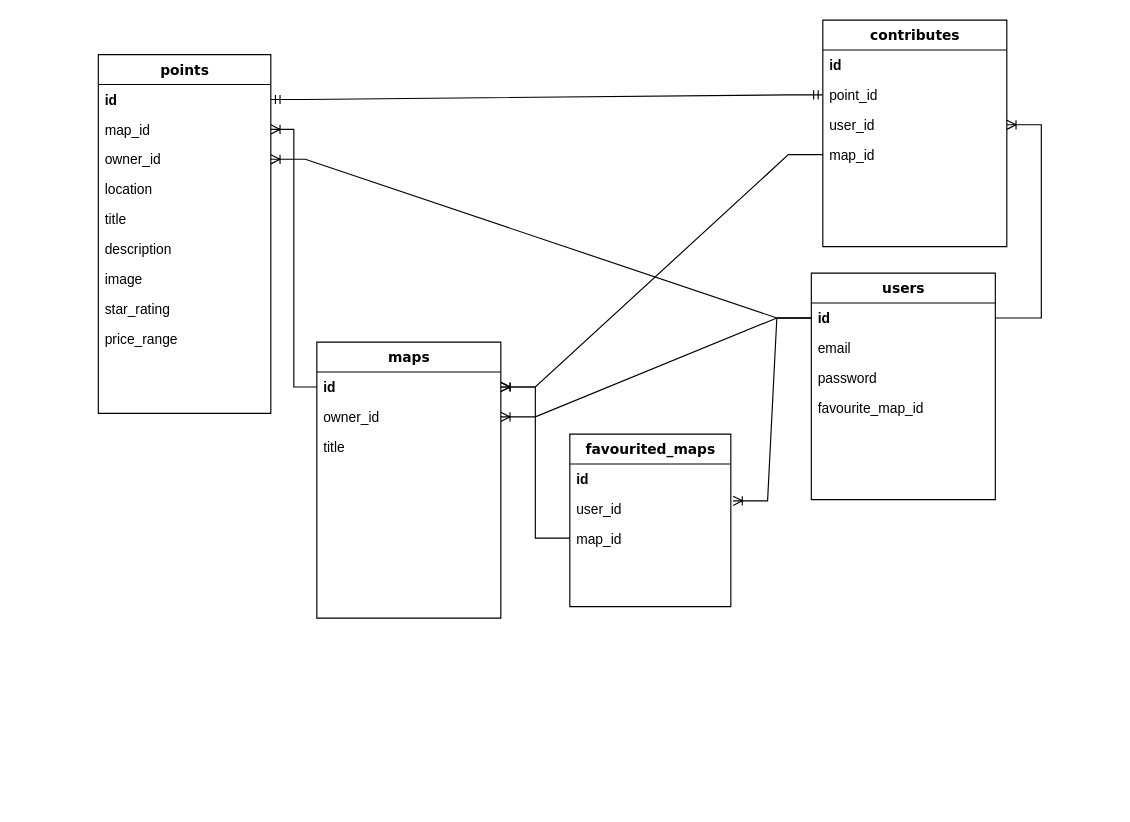
Earlier version of the draw.io diagram planning/ERD.drawio (Ruanruanx/wikiMap). Source tidied: cells renumbered, new cells numbered last; positions are measured from the earlier drawing's top-left corner, leaving out a move shared by most shapes. Both pictures are drawn from the tidied source at 115%, with x=0, y=0 at pixel (98, 20).
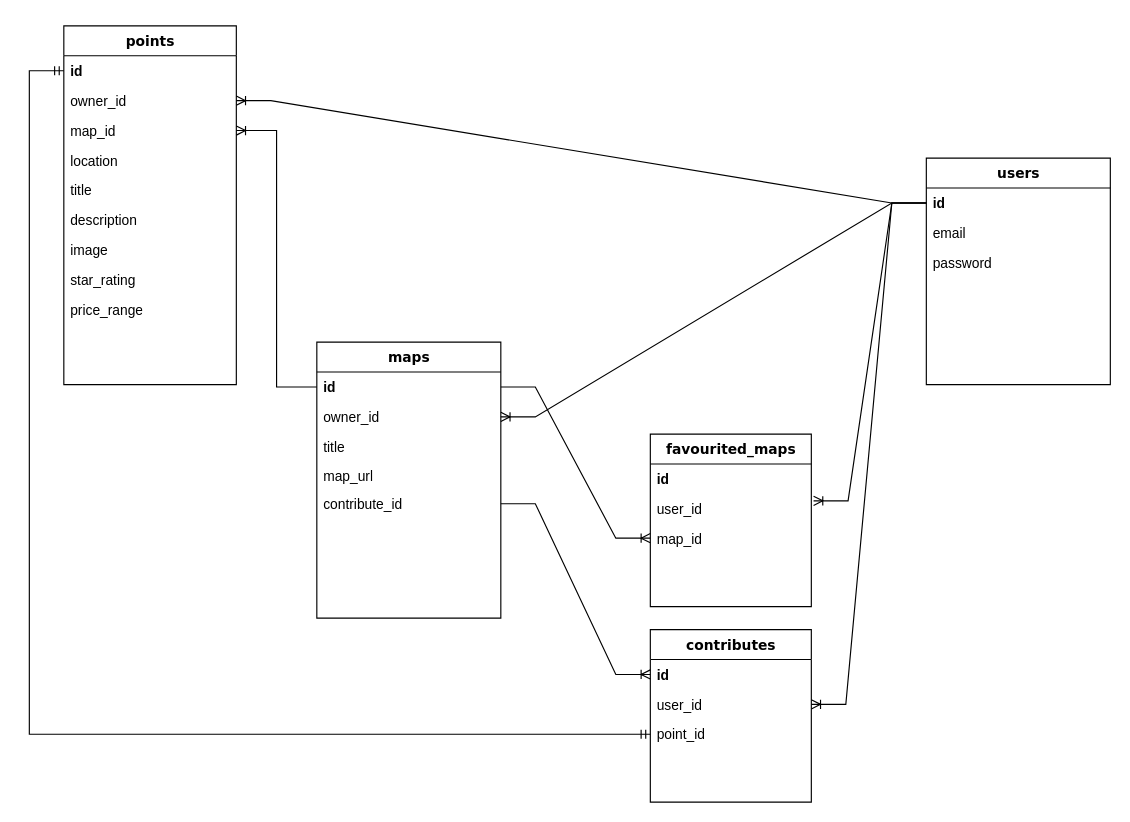
The same page after the edit.

Unchanged cells that the change refers to:
```xml
<mxCell id="2" value="maps" style="swimlane;html=1;fontStyle=1;align=center;verticalAlign=top;horizontal=1;startSize=26;swimlaneFillColor=#ffffff;rounded=0;shadow=0;comic=0;labelBackgroundColor=none;strokeWidth=1;fillColor=none;fontFamily=Verdana;fontSize=12;" parent="1" vertex="1">
  <mxGeometry x="190" y="280" width="160" height="240" as="geometry" />
</mxCell>
<mxCell id="3" value="&lt;b&gt;id&lt;/b&gt;" style="text;html=1;strokeColor=none;fillColor=none;align=left;verticalAlign=top;spacingLeft=4;spacingRight=4;whiteSpace=wrap;overflow=hidden;points=[[0,0.5],[1,0.5]];portConstraint=eastwest;" parent="2" vertex="1">
  <mxGeometry y="26" width="160" height="26" as="geometry" />
</mxCell>
<mxCell id="7" value="&lt;b&gt;id&lt;/b&gt;" style="text;html=1;strokeColor=none;fillColor=none;align=left;verticalAlign=top;spacingLeft=4;spacingRight=4;whiteSpace=wrap;overflow=hidden;points=[[0,0.5],[1,0.5]];portConstraint=eastwest;" parent="6" vertex="1">
  <mxGeometry y="26" width="160" height="26" as="geometry" />
</mxCell>
<mxCell id="13" value="id" style="text;html=1;strokeColor=none;fillColor=none;align=left;verticalAlign=top;spacingLeft=4;spacingRight=4;whiteSpace=wrap;overflow=hidden;points=[[0,0.5],[1,0.5]];portConstraint=eastwest;fontStyle=1;" parent="12" vertex="1">
  <mxGeometry y="26" width="150" height="26" as="geometry" />
</mxCell>
<mxCell id="35" value="map_id" style="text;html=1;strokeColor=none;fillColor=none;align=left;verticalAlign=top;spacingLeft=4;spacingRight=4;whiteSpace=wrap;overflow=hidden;points=[[0,0.5],[1,0.5]];portConstraint=eastwest;" parent="32" vertex="1">
  <mxGeometry y="78" width="140" height="25" as="geometry" />
</mxCell>
```

What changed in the source:
```diff
@@
+    <mxCell id="38" value="map_url" style="text;html=1;strokeColor=none;fillColor=none;align=left;verticalAlign=top;spacingLeft=4;spacingRight=4;whiteSpace=wrap;overflow=hidden;" parent="2" vertex="1">
+      <mxGeometry y="103" width="160" height="25" as="geometry" />
+    </mxCell>
+    <mxCell id="39" value="contribute_id" style="text;html=1;strokeColor=none;fillColor=none;align=left;verticalAlign=top;spacingLeft=4;spacingRight=4;whiteSpace=wrap;overflow=hidden;points=[[0,0.5],[1,0.5]];portConstraint=eastwest;" parent="2" vertex="1">
+      <mxGeometry y="128" width="160" height="25" as="geometry" />
+    </mxCell>
     <mxCell id="6" value="users" style="swimlane;html=1;fontStyle=1;align=center;verticalAlign=top;horizontal=1;startSize=26;swimlaneFillColor=#ffffff;rounded=0;shadow=0;comic=0;labelBackgroundColor=none;strokeWidth=1;fillColor=none;fontFamily=Verdana;fontSize=12;" parent="1" vertex="1">
-      <mxGeometry x="620" y="220" width="160" height="197" as="geometry" />
+      <mxGeometry x="720" y="120" width="160" height="197" as="geometry" />
     </mxCell>
@@
-    <mxCell id="10" value="favourite_map_id" style="text;html=1;strokeColor=none;fillColor=none;align=left;verticalAlign=top;spacingLeft=4;spacingRight=4;whiteSpace=wrap;overflow=hidden;" parent="6" vertex="1">
-      <mxGeometry y="104" width="160" height="26" as="geometry" />
-    </mxCell>
@@
     <mxCell id="12" value="points" style="swimlane;html=1;fontStyle=1;align=center;verticalAlign=top;horizontal=1;startSize=26;swimlaneFillColor=#ffffff;rounded=0;shadow=0;comic=0;labelBackgroundColor=none;strokeWidth=1;fillColor=none;fontFamily=Verdana;fontSize=12;" parent="1" vertex="1">
-      <mxGeometry y="30" width="150" height="312" as="geometry" />
+      <mxGeometry x="-30" y="5" width="150" height="312" as="geometry" />
     </mxCell>
@@
+    <mxCell id="15" value="owner_id" style="text;html=1;strokeColor=none;fillColor=none;align=left;verticalAlign=top;spacingLeft=4;spacingRight=4;whiteSpace=wrap;overflow=hidden;points=[[0,0.5],[1,0.5]];portConstraint=eastwest;" parent="12" vertex="1">
+      <mxGeometry y="52" width="150" height="26" as="geometry" />
+    </mxCell>
     <mxCell id="14" value="map_id" style="text;html=1;strokeColor=none;fillColor=none;align=left;verticalAlign=top;spacingLeft=4;spacingRight=4;whiteSpace=wrap;overflow=hidden;points=[[0,0.5],[1,0.5]];portConstraint=eastwest;" parent="12" vertex="1">
-      <mxGeometry y="52" width="150" height="26" as="geometry" />
+      <mxGeometry y="78" width="150" height="26" as="geometry" />
     </mxCell>
-    <mxCell id="15" value="owner_id" style="text;html=1;strokeColor=none;fillColor=none;align=left;verticalAlign=top;spacingLeft=4;spacingRight=4;whiteSpace=wrap;overflow=hidden;points=[[0,0.5],[1,0.5]];portConstraint=eastwest;" parent="12" vertex="1">
-      <mxGeometry y="78" width="150" height="26" as="geometry" />
-    </mxCell>
@@
-    <mxCell id="23" value="contributes" style="swimlane;html=1;fontStyle=1;align=center;verticalAlign=top;horizontal=1;startSize=26;swimlaneFillColor=#ffffff;rounded=0;shadow=0;comic=0;labelBackgroundColor=none;strokeWidth=1;fillColor=none;fontFamily=Verdana;fontSize=12;" parent="1" vertex="1">
-      <mxGeometry x="630" width="160" height="197" as="geometry" />
-    </mxCell>
-    <mxCell id="24" value="&lt;b&gt;id&lt;/b&gt;" style="text;html=1;strokeColor=none;fillColor=none;align=left;verticalAlign=top;spacingLeft=4;spacingRight=4;whiteSpace=wrap;overflow=hidden;points=[[0,0.5],[1,0.5]];portConstraint=eastwest;" parent="23" vertex="1">
-      <mxGeometry y="26" width="160" height="26" as="geometry" />
-    </mxCell>
-    <mxCell id="25" value="point_id" style="text;html=1;strokeColor=none;fillColor=none;align=left;verticalAlign=top;spacingLeft=4;spacingRight=4;whiteSpace=wrap;overflow=hidden;points=[[0,0.5],[1,0.5]];portConstraint=eastwest;" parent="23" vertex="1">
-      <mxGeometry y="52" width="160" height="26" as="geometry" />
-    </mxCell>
-    <mxCell id="26" value="user_id" style="text;html=1;strokeColor=none;fillColor=none;align=left;verticalAlign=top;spacingLeft=4;spacingRight=4;whiteSpace=wrap;overflow=hidden;points=[[0,0.5],[1,0.5]];portConstraint=eastwest;" parent="23" vertex="1">
-      <mxGeometry y="78" width="160" height="26" as="geometry" />
-    </mxCell>
-    <mxCell id="27" value="map_id" style="text;html=1;strokeColor=none;fillColor=none;align=left;verticalAlign=top;spacingLeft=4;spacingRight=4;whiteSpace=wrap;overflow=hidden;points=[[0,0.5],[1,0.5]];portConstraint=eastwest;" parent="23" vertex="1">
-      <mxGeometry y="104" width="160" height="26" as="geometry" />
-    </mxCell>
-    <mxCell id="28" style="edgeStyle=entityRelationEdgeStyle;fontSize=12;html=1;endArrow=ERoneToMany;rounded=0;exitX=1;exitY=0.5;exitDx=0;exitDy=0;" parent="1" edge="1" source="7" target="26">
-      <mxGeometry relative="1" as="geometry" />
-    </mxCell>
-    <mxCell id="29" style="edgeStyle=entityRelationEdgeStyle;fontSize=12;html=1;endArrow=ERmandOne;startArrow=ERmandOne;rounded=0;entryX=0;entryY=0.5;entryDx=0;entryDy=0;exitX=1;exitY=0.5;exitDx=0;exitDy=0;" parent="1" edge="1" source="13" target="25">
-      <mxGeometry relative="1" as="geometry" />
-    </mxCell>
@@
-    <mxCell id="31" style="edgeStyle=entityRelationEdgeStyle;fontSize=12;html=1;endArrow=ERoneToMany;rounded=0;exitX=0;exitY=0.5;exitDx=0;exitDy=0;" parent="1" edge="1" source="27" target="3">
-      <mxGeometry relative="1" as="geometry" />
-    </mxCell>
     <mxCell id="32" value="favourited_maps" style="swimlane;html=1;fontStyle=1;align=center;verticalAlign=top;horizontal=1;startSize=26;swimlaneFillColor=#ffffff;rounded=0;shadow=0;comic=0;labelBackgroundColor=none;strokeWidth=1;fillColor=none;fontFamily=Verdana;fontSize=12;" parent="1" vertex="1">
-      <mxGeometry x="410" y="360" width="140" height="150" as="geometry" />
+      <mxGeometry x="480" y="360" width="140" height="150" as="geometry" />
     </mxCell>
@@
-    <mxCell id="37" style="edgeStyle=entityRelationEdgeStyle;fontSize=12;html=1;endArrow=ERoneToMany;rounded=0;" parent="1" edge="1" source="35" target="3">
+    <mxCell id="37" style="edgeStyle=entityRelationEdgeStyle;fontSize=12;html=1;endArrow=ERoneToMany;rounded=0;exitX=1;exitY=0.5;exitDx=0;exitDy=0;" parent="1" edge="1" source="3" target="35">
       <mxGeometry relative="1" as="geometry" />
     </mxCell>
+    <mxCell id="23" value="contributes" style="swimlane;html=1;fontStyle=1;align=center;verticalAlign=top;horizontal=1;startSize=26;swimlaneFillColor=#ffffff;rounded=0;shadow=0;comic=0;labelBackgroundColor=none;strokeWidth=1;fillColor=none;fontFamily=Verdana;fontSize=12;" parent="1" vertex="1">
+      <mxGeometry x="480" y="530" width="140" height="150" as="geometry" />
+    </mxCell>
+    <mxCell id="24" value="&lt;b&gt;id&lt;/b&gt;" style="text;html=1;strokeColor=none;fillColor=none;align=left;verticalAlign=top;spacingLeft=4;spacingRight=4;whiteSpace=wrap;overflow=hidden;points=[[0,0.5],[1,0.5]];portConstraint=eastwest;" parent="23" vertex="1">
+      <mxGeometry y="26" width="140" height="26" as="geometry" />
+    </mxCell>
+    <mxCell id="26" value="user_id" style="text;html=1;strokeColor=none;fillColor=none;align=left;verticalAlign=top;spacingLeft=4;spacingRight=4;whiteSpace=wrap;overflow=hidden;points=[[0,0.5],[1,0.5]];portConstraint=eastwest;" parent="23" vertex="1">
+      <mxGeometry y="52" width="140" height="26" as="geometry" />
+    </mxCell>
+    <mxCell id="25" value="point_id" style="text;html=1;strokeColor=none;fillColor=none;align=left;verticalAlign=top;spacingLeft=4;spacingRight=4;whiteSpace=wrap;overflow=hidden;points=[[0,0.5],[1,0.5]];portConstraint=eastwest;" parent="23" vertex="1">
+      <mxGeometry y="78" width="140" height="26" as="geometry" />
+    </mxCell>
+    <mxCell id="40" style="edgeStyle=entityRelationEdgeStyle;fontSize=12;html=1;endArrow=ERoneToMany;rounded=0;entryX=0;entryY=0.5;entryDx=0;entryDy=0;" parent="1" edge="1" source="39" target="24">
+      <mxGeometry relative="1" as="geometry" />
+    </mxCell>
+    <mxCell id="28" style="edgeStyle=entityRelationEdgeStyle;fontSize=12;html=1;endArrow=ERoneToMany;rounded=0;" parent="1" edge="1" source="7" target="26">
+      <mxGeometry relative="1" as="geometry" />
+    </mxCell>
+    <mxCell id="41" style="edgeStyle=orthogonalEdgeStyle;fontSize=12;html=1;endArrow=ERmandOne;startArrow=ERmandOne;rounded=0;exitX=0;exitY=0.5;exitDx=0;exitDy=0;" parent="1" edge="1" source="25" target="13">
+      <mxGeometry relative="1" as="geometry">
+        <Array as="points">
+          <mxPoint x="-60" y="621" />
+          <mxPoint x="-60" y="44" />
+        </Array>
+      </mxGeometry>
+    </mxCell>
```
